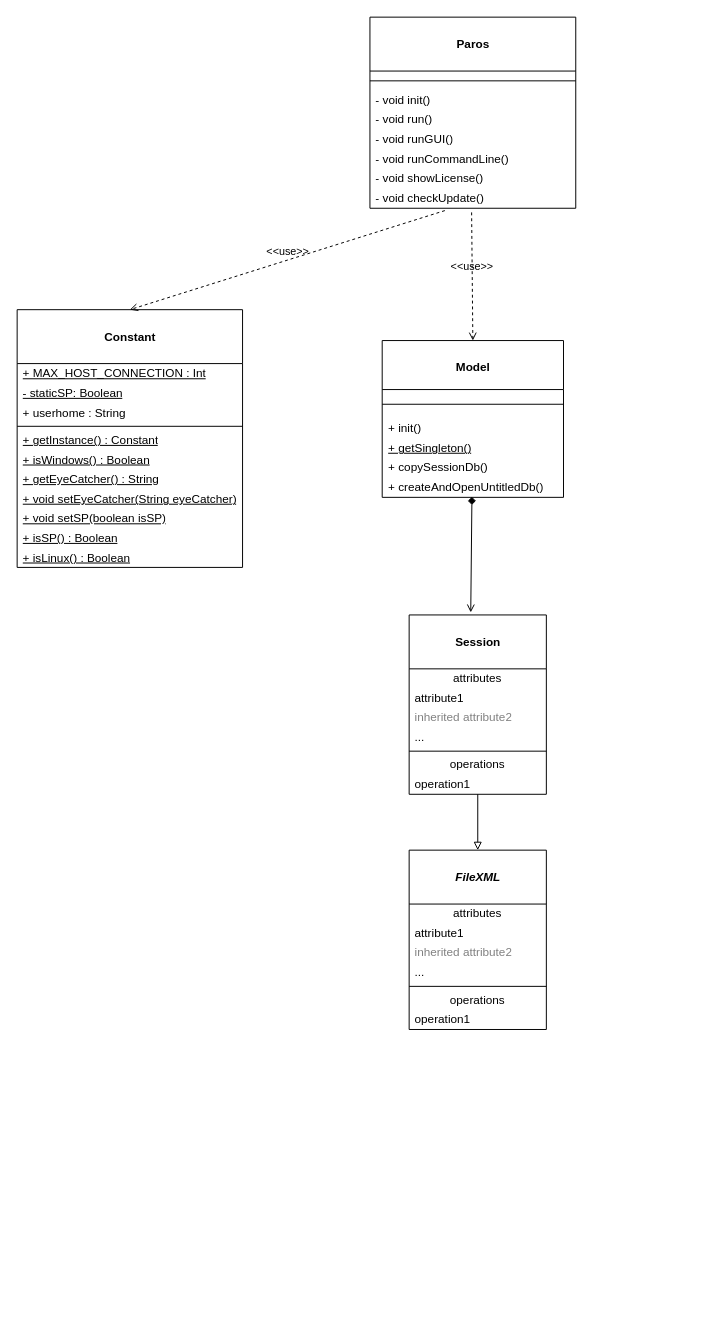
The draw.io diagram img/Untitled Diagram.drawio in nitipat009/softdev, before the edit. Source tidied: cells renumbered, new cells numbered last; positions are measured from the earlier drawing's top-left corner, leaving out a move shared by most shapes. Both pictures are drawn from the tidied source at 98%, with x=0, y=0 at pixel (17, 17).
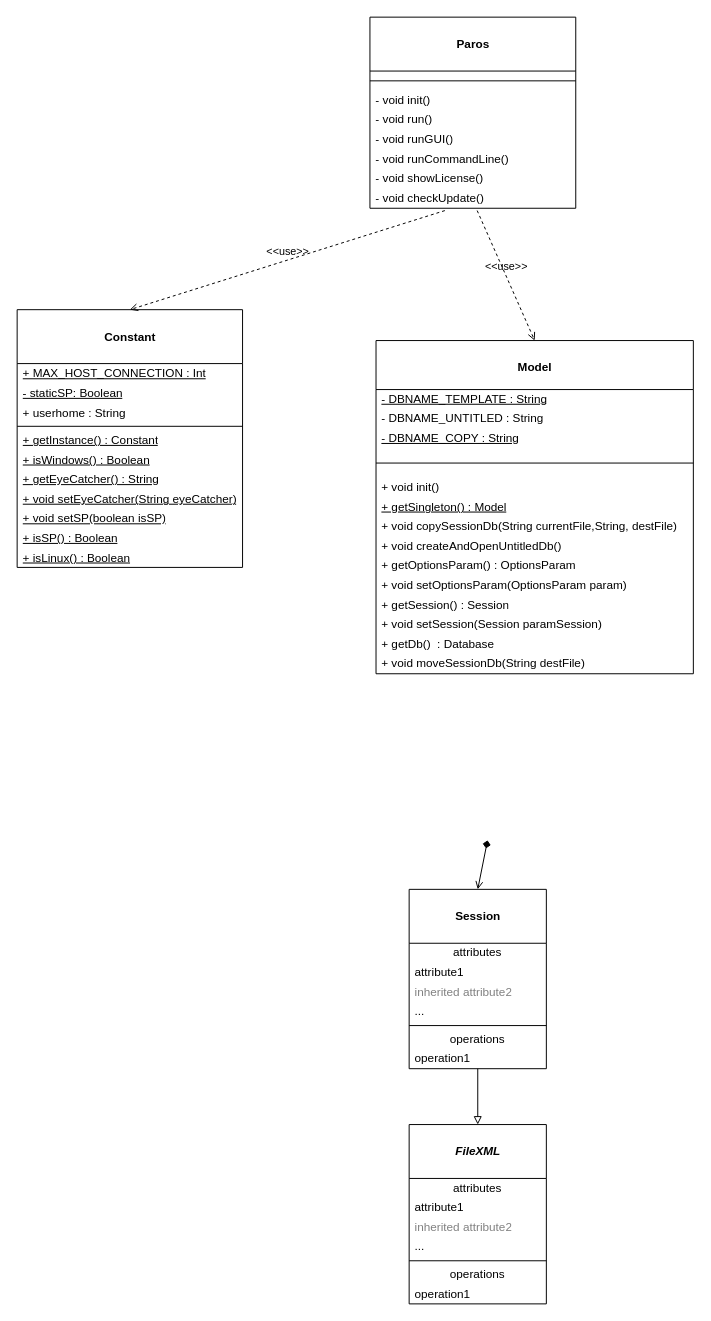
Above is the later version.

The change refers to these unchanged cells:
```xml
<mxCell id="9" value="- void checkUpdate()" style="text;html=1;strokeColor=none;fillColor=none;align=left;verticalAlign=middle;spacingLeft=4;spacingRight=4;overflow=hidden;points=[[0,0.5],[1,0.5]];portConstraint=eastwest;" parent="2" vertex="1">
  <mxGeometry y="175" width="210" height="20" as="geometry" />
</mxCell>
```

What changed in the source:
```diff
@@
     <mxCell id="23" value="&lt;br&gt;&lt;b&gt;Model&lt;/b&gt;" style="swimlane;fontStyle=0;align=center;verticalAlign=top;horizontal=1;startSize=50;html=1;" parent="1" vertex="1">
-      <mxGeometry x="372.5" y="330" width="185" height="160" as="geometry" />
+      <mxGeometry x="366.2" y="330" width="323.8" height="340" as="geometry" />
     </mxCell>
+    <mxCell id="48" value="&lt;u&gt;- DBNAME_TEMPLATE : String&lt;/u&gt;" style="text;html=1;strokeColor=none;fillColor=none;align=left;verticalAlign=middle;spacingLeft=4;spacingRight=4;overflow=hidden;" parent="23" vertex="1">
+      <mxGeometry y="50" width="323.8" height="20" as="geometry" />
+    </mxCell>
+    <mxCell id="49" value="- DBNAME_UNTITLED : String" style="text;html=1;strokeColor=none;fillColor=none;align=left;verticalAlign=middle;spacingLeft=4;spacingRight=4;overflow=hidden;" parent="23" vertex="1">
+      <mxGeometry y="70" width="323.8" height="20" as="geometry" />
+    </mxCell>
+    <mxCell id="50" value="&lt;u&gt;- DBNAME_COPY : String&lt;/u&gt;" style="text;html=1;strokeColor=none;fillColor=none;align=left;verticalAlign=middle;spacingLeft=4;spacingRight=4;overflow=hidden;" parent="23" vertex="1">
+      <mxGeometry y="90" width="323.8" height="20" as="geometry" />
+    </mxCell>
     <mxCell id="24" style="line;strokeWidth=1;fillColor=none;align=left;verticalAlign=middle;spacingTop=-1;spacingLeft=3;spacingRight=3;labelPosition=right;" parent="23" vertex="1">
-      <mxGeometry y="50" width="185" height="30" as="geometry" />
+      <mxGeometry y="110" width="323.8" height="30" as="geometry" />
     </mxCell>
-    <mxCell id="25" value="+ init()" style="text;html=1;strokeColor=none;fillColor=none;align=left;verticalAlign=middle;spacingLeft=4;spacingRight=4;overflow=hidden;" parent="23" vertex="1">
-      <mxGeometry y="80" width="185" height="20" as="geometry" />
+    <mxCell id="25" value="+ void init()" style="text;html=1;strokeColor=none;fillColor=none;align=left;verticalAlign=middle;spacingLeft=4;spacingRight=4;overflow=hidden;" parent="23" vertex="1">
+      <mxGeometry y="140" width="323.8" height="20" as="geometry" />
     </mxCell>
-    <mxCell id="26" value="&lt;u&gt;+ getSingleton()&lt;/u&gt;" style="text;html=1;strokeColor=none;fillColor=none;align=left;verticalAlign=middle;spacingLeft=4;spacingRight=4;overflow=hidden;" parent="23" vertex="1">
-      <mxGeometry y="100" width="185" height="20" as="geometry" />
+    <mxCell id="26" value="&lt;u&gt;+ getSingleton() : Model&lt;/u&gt;" style="text;html=1;strokeColor=none;fillColor=none;align=left;verticalAlign=middle;spacingLeft=4;spacingRight=4;overflow=hidden;" parent="23" vertex="1">
+      <mxGeometry y="160" width="323.8" height="20" as="geometry" />
     </mxCell>
-    <mxCell id="27" value="+ copySessionDb()" style="text;html=1;strokeColor=none;fillColor=none;align=left;verticalAlign=middle;spacingLeft=4;spacingRight=4;overflow=hidden;" parent="23" vertex="1">
-      <mxGeometry y="120" width="185" height="20" as="geometry" />
+    <mxCell id="27" value="+ void copySessionDb(String currentFile,String, destFile)" style="text;html=1;strokeColor=none;fillColor=none;align=left;verticalAlign=middle;spacingLeft=4;spacingRight=4;overflow=hidden;" parent="23" vertex="1">
+      <mxGeometry y="180" width="323.8" height="20" as="geometry" />
     </mxCell>
-    <mxCell id="28" value="+ createAndOpenUntitledDb()" style="text;html=1;strokeColor=none;fillColor=none;align=left;verticalAlign=middle;spacingLeft=4;spacingRight=4;overflow=hidden;points=[[0,0.5],[1,0.5]];portConstraint=eastwest;" parent="23" vertex="1">
-      <mxGeometry y="140" width="185" height="20" as="geometry" />
+    <mxCell id="28" value="+ void createAndOpenUntitledDb()" style="text;html=1;strokeColor=none;fillColor=none;align=left;verticalAlign=middle;spacingLeft=4;spacingRight=4;overflow=hidden;points=[[0,0.5],[1,0.5]];portConstraint=eastwest;" parent="23" vertex="1">
+      <mxGeometry y="200" width="323.8" height="20" as="geometry" />
     </mxCell>
+    <mxCell id="51" value="+ getOptionsParam() : OptionsParam" style="text;html=1;strokeColor=none;fillColor=none;align=left;verticalAlign=middle;spacingLeft=4;spacingRight=4;overflow=hidden;" parent="23" vertex="1">
+      <mxGeometry y="220" width="323.8" height="20" as="geometry" />
+    </mxCell>
+    <mxCell id="52" value="+ void setOptionsParam(OptionsParam param)" style="text;html=1;strokeColor=none;fillColor=none;align=left;verticalAlign=middle;spacingLeft=4;spacingRight=4;overflow=hidden;" parent="23" vertex="1">
+      <mxGeometry y="240" width="323.8" height="20" as="geometry" />
+    </mxCell>
+    <mxCell id="53" value="+ getSession() : Session" style="text;html=1;strokeColor=none;fillColor=none;align=left;verticalAlign=middle;spacingLeft=4;spacingRight=4;overflow=hidden;" parent="23" vertex="1">
+      <mxGeometry y="260" width="323.8" height="20" as="geometry" />
+    </mxCell>
+    <mxCell id="54" value="+ void setSession(Session paramSession)&amp;nbsp;" style="text;html=1;strokeColor=none;fillColor=none;align=left;verticalAlign=middle;spacingLeft=4;spacingRight=4;overflow=hidden;" parent="23" vertex="1">
+      <mxGeometry y="280" width="323.8" height="20" as="geometry" />
+    </mxCell>
+    <mxCell id="55" value="+ getDb()&amp;nbsp; : Database" style="text;html=1;strokeColor=none;fillColor=none;align=left;verticalAlign=middle;spacingLeft=4;spacingRight=4;overflow=hidden;" parent="23" vertex="1">
+      <mxGeometry y="300" width="323.8" height="20" as="geometry" />
+    </mxCell>
+    <mxCell id="56" value="+ void moveSessionDb(String destFile)" style="text;html=1;strokeColor=none;fillColor=none;align=left;verticalAlign=middle;spacingLeft=4;spacingRight=4;overflow=hidden;" parent="23" vertex="1">
+      <mxGeometry y="320" width="323.8" height="20" as="geometry" />
+    </mxCell>
-    <mxCell id="29" value="&amp;lt;&amp;lt;use&amp;gt;&amp;gt;" style="endArrow=open;html=1;rounded=0;align=center;verticalAlign=bottom;dashed=1;endFill=0;labelBackgroundColor=none;entryX=0.5;entryY=0;entryDx=0;entryDy=0;exitX=0.494;exitY=1.212;exitDx=0;exitDy=0;elbow=vertical;exitPerimeter=0;" parent="1" edge="1" source="9" target="23">
+    <mxCell id="29" value="&amp;lt;&amp;lt;use&amp;gt;&amp;gt;" style="endArrow=open;html=1;rounded=0;align=center;verticalAlign=bottom;dashed=1;endFill=0;labelBackgroundColor=none;entryX=0.5;entryY=0;entryDx=0;entryDy=0;exitX=0.521;exitY=1.118;exitDx=0;exitDy=0;elbow=vertical;exitPerimeter=0;" parent="1" edge="1" source="9" target="23">
       <mxGeometry relative="1" as="geometry" />
     </mxCell>
@@
     <mxCell id="31" value="&lt;br&gt;&lt;b&gt;Session&lt;/b&gt;&lt;br&gt;" style="swimlane;fontStyle=0;align=center;verticalAlign=top;horizontal=1;startSize=55;html=1;" parent="1" vertex="1">
-      <mxGeometry x="400" y="610" width="140" height="183" as="geometry" />
+      <mxGeometry x="400" y="890" width="140" height="183" as="geometry" />
     </mxCell>
@@
-    <mxCell id="39" style="rounded=0;jettySize=auto;html=1;exitX=0.495;exitY=0.97;exitDx=0;exitDy=0;startArrow=diamond;startFill=1;endArrow=open;endFill=0;exitPerimeter=0;entryX=0.449;entryY=-0.014;entryDx=0;entryDy=0;entryPerimeter=0;" parent="1" edge="1" source="28" target="31">
-      <mxGeometry relative="1" as="geometry" />
+    <mxCell id="39" style="rounded=0;jettySize=auto;html=1;startArrow=diamond;startFill=1;endArrow=open;endFill=0;entryX=0.5;entryY=0;entryDx=0;entryDy=0;" parent="1" edge="1" target="31">
+      <mxGeometry relative="1" as="geometry">
+        <mxPoint x="480" y="840" as="sourcePoint" />
+      </mxGeometry>
     </mxCell>
     <mxCell id="40" value="&lt;br&gt;&lt;b&gt;&lt;i&gt;FileXML&lt;/i&gt;&lt;/b&gt;&lt;br&gt;" style="swimlane;fontStyle=0;align=center;verticalAlign=top;horizontal=1;startSize=55;html=1;" parent="1" vertex="1">
-      <mxGeometry x="400" y="850" width="140" height="183" as="geometry" />
+      <mxGeometry x="400" y="1130" width="140" height="183" as="geometry" />
     </mxCell>
```
